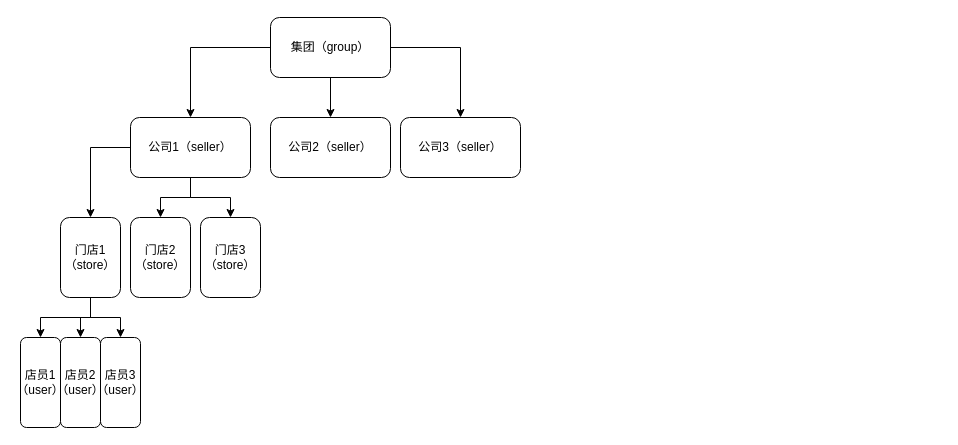
This is fastsales-group.drawio from luodongseu/diagrams, a draw.io file, before an edit. Source tidied: cells renumbered, new cells numbered last; positions are measured from the earlier drawing's top-left corner, leaving out a move shared by most shapes. Both pictures are drawn from the tidied source at 100%, with x=0, y=0 at pixel (20, 17).
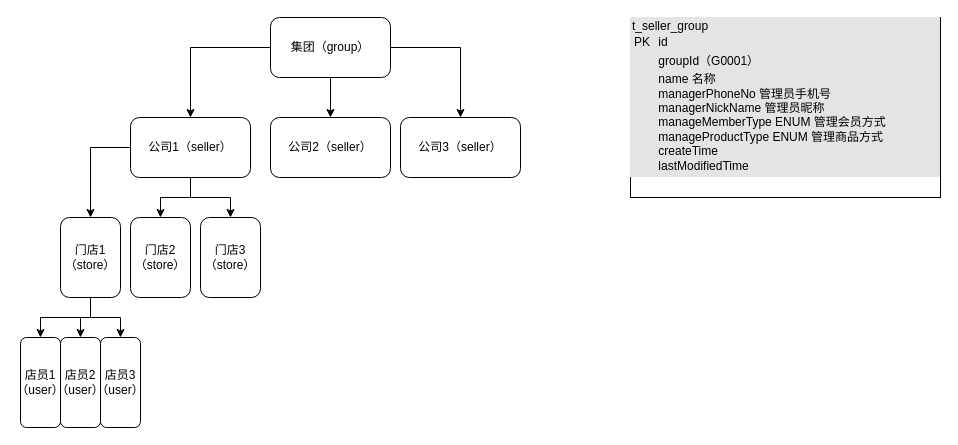
The same page after the edit.

The edit, as a diff of the source:
```diff
@@
+    <mxCell id="21" value="&lt;div style=&quot;box-sizing: border-box ; width: 100% ; background: #e4e4e4 ; padding: 2px&quot;&gt;t_seller_group&lt;table cellpadding=&quot;2&quot; cellspacing=&quot;0&quot; style=&quot;font-size: 1em ; width: 100%&quot;&gt;&lt;tbody&gt;&lt;tr&gt;&lt;td&gt;PK&lt;/td&gt;&lt;td&gt;id&lt;/td&gt;&lt;/tr&gt;&lt;tr&gt;&lt;td&gt;&lt;/td&gt;&lt;td&gt;groupId（G0001）&lt;/td&gt;&lt;/tr&gt;&lt;tr&gt;&lt;td&gt;&lt;/td&gt;&lt;td&gt;name 名称&lt;br&gt;managerPhoneNo 管理员手机号&lt;br&gt;managerNickName 管理员昵称&lt;br&gt;manageMemberType ENUM 管理会员方式&lt;br&gt;manageProductType ENUM 管理商品方式&lt;br&gt;createTime&lt;br&gt;lastModifiedTime&lt;/td&gt;&lt;/tr&gt;&lt;/tbody&gt;&lt;/table&gt;&lt;/div&gt;" style="verticalAlign=top;align=left;overflow=fill;html=1;" parent="1" vertex="1">
+      <mxGeometry x="610" width="310" height="180" as="geometry" />
+    </mxCell>
```
